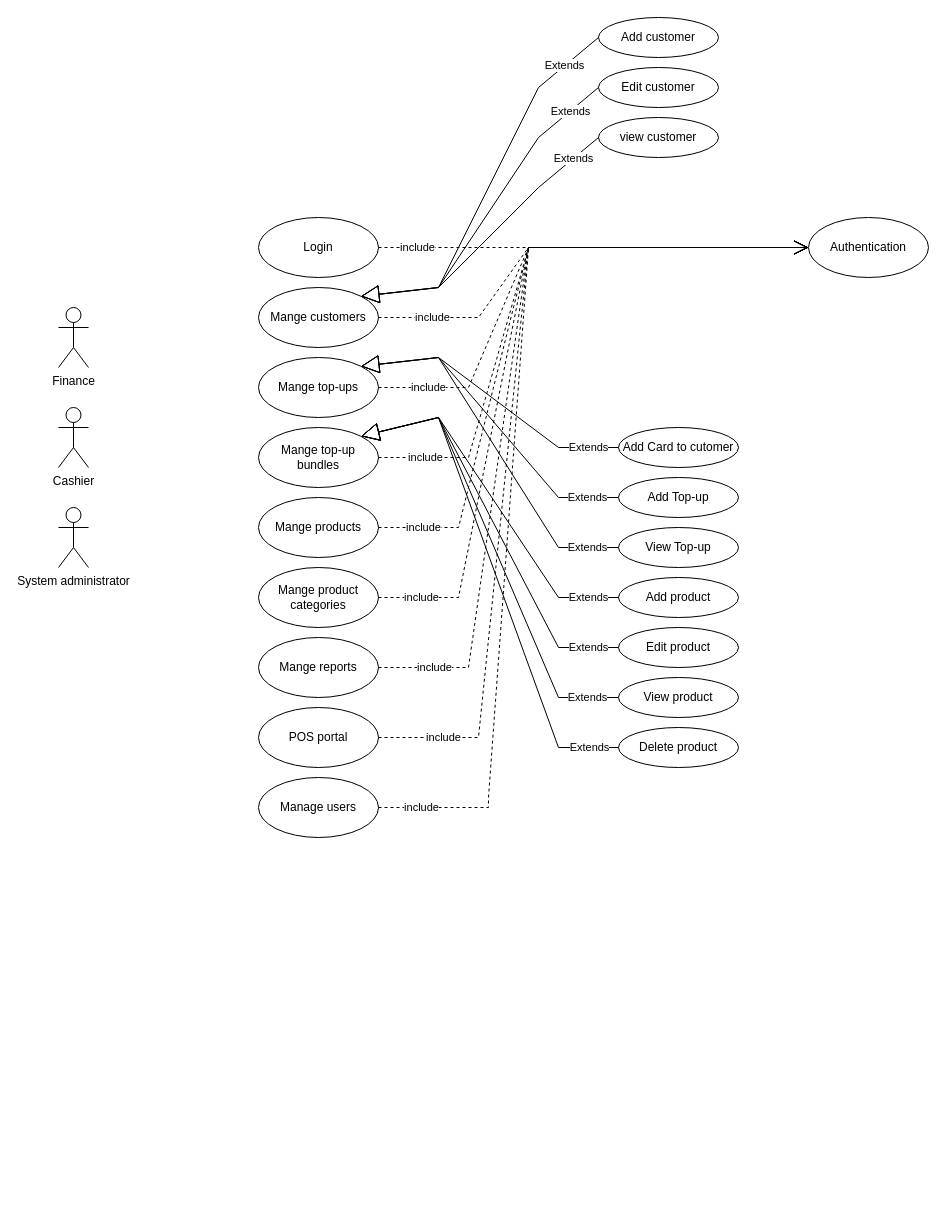
This is use case diagram.drawio from VuthyPanha/Public-test, a draw.io file, before an edit. Source tidied: cells renumbered, new cells numbered last; positions are measured from the earlier drawing's top-left corner, leaving out a move shared by most shapes. Both pictures are drawn from the tidied source at 100%, with x=0, y=0 at pixel (58, 17).
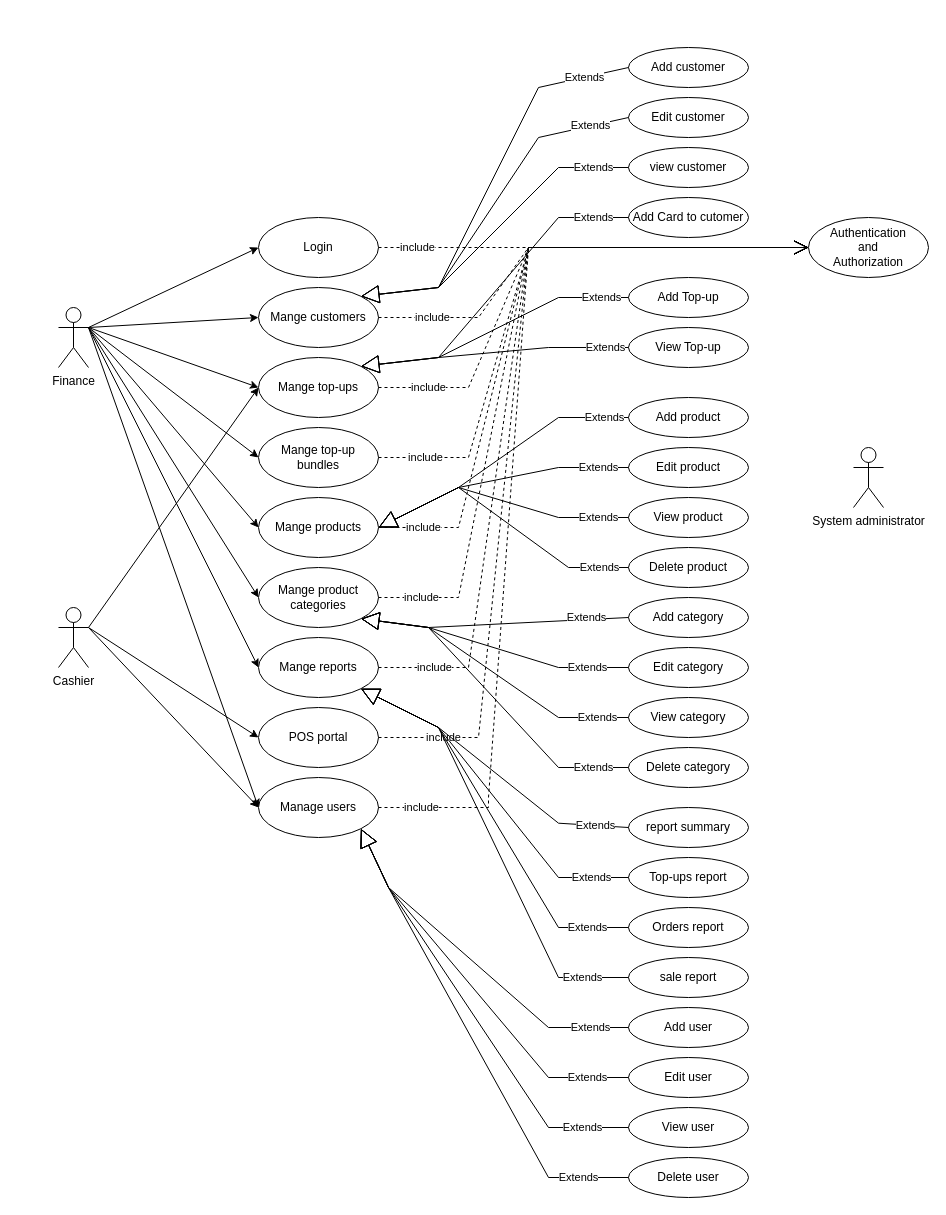
The same diagram, later.

The change refers to these unchanged cells:
```xml
<mxCell id="2" value="Finance" style="shape=umlActor;verticalLabelPosition=bottom;verticalAlign=top;html=1;outlineConnect=0;" parent="1" vertex="1">
  <mxGeometry y="290" width="30" height="60" as="geometry" />
</mxCell>
<mxCell id="5" value="Login" style="ellipse;whiteSpace=wrap;html=1;" parent="1" vertex="1">
  <mxGeometry x="200" y="200" width="120" height="60" as="geometry" />
</mxCell>
<mxCell id="6" value="Mange customers" style="ellipse;whiteSpace=wrap;html=1;" parent="1" vertex="1">
  <mxGeometry x="200" y="270" width="120" height="60" as="geometry" />
</mxCell>
<mxCell id="7" value="Mange top-ups" style="ellipse;whiteSpace=wrap;html=1;" parent="1" vertex="1">
  <mxGeometry x="200" y="340" width="120" height="60" as="geometry" />
</mxCell>
<mxCell id="8" value="Mange top-up bundles" style="ellipse;whiteSpace=wrap;html=1;" parent="1" vertex="1">
  <mxGeometry x="200" y="410" width="120" height="60" as="geometry" />
</mxCell>
<mxCell id="9" value="Mange products" style="ellipse;whiteSpace=wrap;html=1;" parent="1" vertex="1">
  <mxGeometry x="200" y="480" width="120" height="60" as="geometry" />
</mxCell>
<mxCell id="10" value="Mange product categories" style="ellipse;whiteSpace=wrap;html=1;" parent="1" vertex="1">
  <mxGeometry x="200" y="550" width="120" height="60" as="geometry" />
</mxCell>
<mxCell id="11" value="Mange reports" style="ellipse;whiteSpace=wrap;html=1;" parent="1" vertex="1">
  <mxGeometry x="200" y="620" width="120" height="60" as="geometry" />
</mxCell>
<mxCell id="12" value="POS portal" style="ellipse;whiteSpace=wrap;html=1;" parent="1" vertex="1">
  <mxGeometry x="200" y="690" width="120" height="60" as="geometry" />
</mxCell>
<mxCell id="13" value="Manage users" style="ellipse;whiteSpace=wrap;html=1;" parent="1" vertex="1">
  <mxGeometry x="200" y="760" width="120" height="60" as="geometry" />
</mxCell>
```

What changed in the source:
```diff
@@
     <mxCell id="3" value="Cashier" style="shape=umlActor;verticalLabelPosition=bottom;verticalAlign=top;html=1;outlineConnect=0;" parent="1" vertex="1">
-      <mxGeometry y="390" width="30" height="60" as="geometry" />
+      <mxGeometry y="590" width="30" height="60" as="geometry" />
     </mxCell>
     <mxCell id="4" value="System administrator" style="shape=umlActor;verticalLabelPosition=bottom;verticalAlign=top;html=1;" parent="1" vertex="1">
-      <mxGeometry y="490" width="30" height="60" as="geometry" />
+      <mxGeometry x="795" y="430" width="30" height="60" as="geometry" />
     </mxCell>
@@
-    <mxCell id="14" value="Authentication" style="ellipse;whiteSpace=wrap;html=1;" parent="1" vertex="1">
+    <mxCell id="14" value="Authentication&lt;br&gt;and&lt;br&gt;Authorization" style="ellipse;whiteSpace=wrap;html=1;" parent="1" vertex="1">
       <mxGeometry x="750" y="200" width="120" height="60" as="geometry" />
     </mxCell>
     <mxCell id="15" value="Add customer" style="ellipse;whiteSpace=wrap;html=1;" parent="1" vertex="1">
-      <mxGeometry x="540" width="120" height="40" as="geometry" />
+      <mxGeometry x="570" y="30" width="120" height="40" as="geometry" />
     </mxCell>
@@
     <mxCell id="25" value="Edit customer" style="ellipse;whiteSpace=wrap;html=1;" parent="1" vertex="1">
-      <mxGeometry x="540" y="50" width="120" height="40" as="geometry" />
+      <mxGeometry x="570" y="80" width="120" height="40" as="geometry" />
     </mxCell>
     <mxCell id="26" value="view customer" style="ellipse;whiteSpace=wrap;html=1;" parent="1" vertex="1">
-      <mxGeometry x="540" y="100" width="120" height="40" as="geometry" />
+      <mxGeometry x="570" y="130" width="120" height="40" as="geometry" />
     </mxCell>
     <mxCell id="27" value="Add Top-up" style="ellipse;whiteSpace=wrap;html=1;" parent="1" vertex="1">
-      <mxGeometry x="560" y="460" width="120" height="40" as="geometry" />
+      <mxGeometry x="570" y="260" width="120" height="40" as="geometry" />
     </mxCell>
     <mxCell id="28" value="Add Card to cutomer" style="ellipse;whiteSpace=wrap;html=1;" parent="1" vertex="1">
-      <mxGeometry x="560" y="410" width="120" height="40" as="geometry" />
+      <mxGeometry x="570" y="180" width="120" height="40" as="geometry" />
     </mxCell>
     <mxCell id="29" value="View Top-up" style="ellipse;whiteSpace=wrap;html=1;" parent="1" vertex="1">
-      <mxGeometry x="560" y="510" width="120" height="40" as="geometry" />
+      <mxGeometry x="570" y="310" width="120" height="40" as="geometry" />
     </mxCell>
@@
     <mxCell id="32" value="Extends" style="endArrow=block;endSize=16;endFill=0;html=1;rounded=0;exitX=0;exitY=0.5;exitDx=0;exitDy=0;entryX=1;entryY=0;entryDx=0;entryDy=0;" parent="1" edge="1" source="26" target="6">
       <mxGeometry x="-0.78" relative="1" as="geometry">
         <Array as="points">
-          <mxPoint x="480" y="170" />
+          <mxPoint x="500" y="150" />
           <mxPoint x="380" y="270" />
         </Array>
       </mxGeometry>
     </mxCell>
     <mxCell id="33" value="Extends" style="endArrow=block;endSize=16;endFill=0;html=1;rounded=0;exitX=0;exitY=0.5;exitDx=0;exitDy=0;entryX=1;entryY=0;entryDx=0;entryDy=0;" parent="1" edge="1" source="28" target="7">
       <mxGeometry x="-0.79" relative="1" as="geometry">
         <Array as="points">
-          <mxPoint x="500" y="430" />
+          <mxPoint x="500" y="200" />
           <mxPoint x="380" y="340" />
         </Array>
       </mxGeometry>
     </mxCell>
     <mxCell id="34" value="Extends" style="endArrow=block;endSize=16;endFill=0;html=1;rounded=0;exitX=0;exitY=0.5;exitDx=0;exitDy=0;entryX=1;entryY=0;entryDx=0;entryDy=0;" parent="1" edge="1" source="27" target="7">
       <mxGeometry x="-0.81" relative="1" as="geometry">
         <Array as="points">
-          <mxPoint x="500" y="480" />
+          <mxPoint x="500" y="280" />
           <mxPoint x="380" y="340" />
         </Array>
       </mxGeometry>
     </mxCell>
     <mxCell id="35" value="Extends" style="endArrow=block;endSize=16;endFill=0;html=1;rounded=0;exitX=0;exitY=0.5;exitDx=0;exitDy=0;entryX=1;entryY=0;entryDx=0;entryDy=0;" parent="1" edge="1" source="29" target="7">
       <mxGeometry x="-0.83" relative="1" as="geometry">
         <Array as="points">
-          <mxPoint x="500" y="530" />
+          <mxPoint x="490" y="330" />
           <mxPoint x="380" y="340" />
         </Array>
       </mxGeometry>
     </mxCell>
     <mxCell id="36" value="Add product" style="ellipse;whiteSpace=wrap;html=1;" parent="1" vertex="1">
-      <mxGeometry x="560" y="560" width="120" height="40" as="geometry" />
+      <mxGeometry x="570" y="380" width="120" height="40" as="geometry" />
     </mxCell>
     <mxCell id="37" value="Edit product" style="ellipse;whiteSpace=wrap;html=1;" parent="1" vertex="1">
-      <mxGeometry x="560" y="610" width="120" height="40" as="geometry" />
+      <mxGeometry x="570" y="430" width="120" height="40" as="geometry" />
     </mxCell>
     <mxCell id="38" value="Delete product" style="ellipse;whiteSpace=wrap;html=1;" parent="1" vertex="1">
-      <mxGeometry x="560" y="710" width="120" height="40" as="geometry" />
+      <mxGeometry x="570" y="530" width="120" height="40" as="geometry" />
     </mxCell>
     <mxCell id="39" value="View product" style="ellipse;whiteSpace=wrap;html=1;" parent="1" vertex="1">
-      <mxGeometry x="560" y="660" width="120" height="40" as="geometry" />
+      <mxGeometry x="570" y="480" width="120" height="40" as="geometry" />
     </mxCell>
-    <mxCell id="40" value="Extends" style="endArrow=block;endSize=16;endFill=0;html=1;rounded=0;entryX=1;entryY=0;entryDx=0;entryDy=0;exitX=0;exitY=0.5;exitDx=0;exitDy=0;" parent="1" edge="1" source="36" target="8">
+    <mxCell id="40" value="Extends" style="endArrow=block;endSize=16;endFill=0;html=1;rounded=0;entryX=1;entryY=0.5;entryDx=0;entryDy=0;exitX=0;exitY=0.5;exitDx=0;exitDy=0;" parent="1" edge="1" source="36" target="9">
       <mxGeometry x="-0.83" relative="1" as="geometry">
         <Array as="points">
-          <mxPoint x="500" y="580" />
-          <mxPoint x="380" y="400" />
+          <mxPoint x="500" y="400" />
+          <mxPoint x="400" y="470" />
         </Array>
       </mxGeometry>
     </mxCell>
-    <mxCell id="41" value="Extends" style="endArrow=block;endSize=16;endFill=0;html=1;rounded=0;entryX=1;entryY=0;entryDx=0;entryDy=0;exitX=0;exitY=0.5;exitDx=0;exitDy=0;" parent="1" edge="1" source="37" target="8">
-      <mxGeometry x="-0.85" relative="1" as="geometry">
+    <mxCell id="41" value="Extends" style="endArrow=block;endSize=16;endFill=0;html=1;rounded=0;exitX=0;exitY=0.5;exitDx=0;exitDy=0;" parent="1" edge="1" source="37">
+      <mxGeometry x="-0.77" relative="1" as="geometry">
+        <mxPoint x="320" y="510" as="targetPoint" />
         <Array as="points">
-          <mxPoint x="500" y="630" />
-          <mxPoint x="380" y="400" />
+          <mxPoint x="500" y="450" />
+          <mxPoint x="400" y="470" />
         </Array>
       </mxGeometry>
     </mxCell>
-    <mxCell id="42" value="Extends" style="endArrow=block;endSize=16;endFill=0;html=1;rounded=0;entryX=1;entryY=0;entryDx=0;entryDy=0;exitX=0;exitY=0.5;exitDx=0;exitDy=0;" parent="1" edge="1" source="39" target="8">
-      <mxGeometry x="-0.86" relative="1" as="geometry">
+    <mxCell id="42" value="Extends" style="endArrow=block;endSize=16;endFill=0;html=1;rounded=0;exitX=0;exitY=0.5;exitDx=0;exitDy=0;" parent="1" edge="1" source="39">
+      <mxGeometry x="-0.77" relative="1" as="geometry">
+        <mxPoint x="320" y="510" as="targetPoint" />
         <Array as="points">
-          <mxPoint x="500" y="680" />
-          <mxPoint x="380" y="400" />
+          <mxPoint x="500" y="500" />
+          <mxPoint x="400" y="470" />
         </Array>
       </mxGeometry>
     </mxCell>
-    <mxCell id="43" value="Extends" style="endArrow=block;endSize=16;endFill=0;html=1;rounded=0;exitX=0;exitY=0.5;exitDx=0;exitDy=0;entryX=1;entryY=0;entryDx=0;entryDy=0;" parent="1" edge="1" source="38" target="8">
-      <mxGeometry x="-0.88" relative="1" as="geometry">
+    <mxCell id="43" value="Extends" style="endArrow=block;endSize=16;endFill=0;html=1;rounded=0;exitX=0;exitY=0.5;exitDx=0;exitDy=0;" parent="1" edge="1" source="38">
+      <mxGeometry x="-0.8" relative="1" as="geometry">
+        <mxPoint x="320" y="510" as="targetPoint" />
         <Array as="points">
-          <mxPoint x="500" y="730" />
-          <mxPoint x="380" y="400" />
+          <mxPoint x="510" y="550" />
+          <mxPoint x="400" y="470" />
         </Array>
       </mxGeometry>
     </mxCell>
+    <mxCell id="44" value="Add category" style="ellipse;whiteSpace=wrap;html=1;" parent="1" vertex="1">
+      <mxGeometry x="570" y="580" width="120" height="40" as="geometry" />
+    </mxCell>
+    <mxCell id="45" value="Edit category" style="ellipse;whiteSpace=wrap;html=1;" parent="1" vertex="1">
+      <mxGeometry x="570" y="630" width="120" height="40" as="geometry" />
+    </mxCell>
+    <mxCell id="46" value="Delete category" style="ellipse;whiteSpace=wrap;html=1;" parent="1" vertex="1">
+      <mxGeometry x="570" y="730" width="120" height="40" as="geometry" />
+    </mxCell>
+    <mxCell id="47" value="View category" style="ellipse;whiteSpace=wrap;html=1;" parent="1" vertex="1">
+      <mxGeometry x="570" y="680" width="120" height="40" as="geometry" />
+    </mxCell>
+    <mxCell id="48" value="Extends" style="endArrow=block;endSize=16;endFill=0;html=1;rounded=0;exitX=0;exitY=0.5;exitDx=0;exitDy=0;entryX=1;entryY=1;entryDx=0;entryDy=0;" parent="1" edge="1" source="44" target="10">
+      <mxGeometry x="-0.69" y="-2" relative="1" as="geometry">
+        <Array as="points">
+          <mxPoint x="370" y="610" />
+        </Array>
+      </mxGeometry>
+    </mxCell>
+    <mxCell id="49" value="Extends" style="endArrow=block;endSize=16;endFill=0;html=1;rounded=0;exitX=0;exitY=0.5;exitDx=0;exitDy=0;entryX=1;entryY=1;entryDx=0;entryDy=0;" parent="1" edge="1" source="45" target="10">
+      <mxGeometry x="-0.7" relative="1" as="geometry">
+        <Array as="points">
+          <mxPoint x="500" y="650" />
+          <mxPoint x="370" y="610" />
+        </Array>
+      </mxGeometry>
+    </mxCell>
+    <mxCell id="50" value="Extends" style="endArrow=block;endSize=16;endFill=0;html=1;rounded=0;entryX=1;entryY=1;entryDx=0;entryDy=0;exitX=0;exitY=0.5;exitDx=0;exitDy=0;" parent="1" edge="1" source="47" target="10">
+      <mxGeometry x="-0.79" relative="1" as="geometry">
+        <Array as="points">
+          <mxPoint x="500" y="700" />
+          <mxPoint x="370" y="610" />
+        </Array>
+      </mxGeometry>
+    </mxCell>
+    <mxCell id="51" value="Extends" style="endArrow=block;endSize=16;endFill=0;html=1;rounded=0;exitX=0;exitY=0.5;exitDx=0;exitDy=0;entryX=1;entryY=1;entryDx=0;entryDy=0;" parent="1" edge="1" source="46" target="10">
+      <mxGeometry x="-0.79" relative="1" as="geometry">
+        <Array as="points">
+          <mxPoint x="500" y="750" />
+          <mxPoint x="370" y="610" />
+        </Array>
+      </mxGeometry>
+    </mxCell>
+    <mxCell id="52" value="report summary" style="ellipse;whiteSpace=wrap;html=1;" parent="1" vertex="1">
+      <mxGeometry x="570" y="790" width="120" height="40" as="geometry" />
+    </mxCell>
+    <mxCell id="53" value="Top-ups report" style="ellipse;whiteSpace=wrap;html=1;" parent="1" vertex="1">
+      <mxGeometry x="570" y="840" width="120" height="40" as="geometry" />
+    </mxCell>
+    <mxCell id="54" value="sale report" style="ellipse;whiteSpace=wrap;html=1;" parent="1" vertex="1">
+      <mxGeometry x="570" y="940" width="120" height="40" as="geometry" />
+    </mxCell>
+    <mxCell id="55" value="Orders report" style="ellipse;whiteSpace=wrap;html=1;" parent="1" vertex="1">
+      <mxGeometry x="570" y="890" width="120" height="40" as="geometry" />
+    </mxCell>
+    <mxCell id="56" value="Extends" style="endArrow=block;endSize=16;endFill=0;html=1;rounded=0;exitX=0;exitY=0.5;exitDx=0;exitDy=0;" parent="1" edge="1" source="52" target="11">
+      <mxGeometry x="-0.79" relative="1" as="geometry">
+        <Array as="points">
+          <mxPoint x="500" y="805.7" />
+          <mxPoint x="380" y="710" />
+        </Array>
+      </mxGeometry>
+    </mxCell>
+    <mxCell id="57" value="Extends" style="endArrow=block;endSize=16;endFill=0;html=1;rounded=0;exitX=0;exitY=0.5;exitDx=0;exitDy=0;entryX=1;entryY=1;entryDx=0;entryDy=0;" parent="1" edge="1" source="53" target="11">
+      <mxGeometry x="-0.79" relative="1" as="geometry">
+        <Array as="points">
+          <mxPoint x="500" y="860" />
+          <mxPoint x="380" y="710" />
+        </Array>
+      </mxGeometry>
+    </mxCell>
+    <mxCell id="58" value="Extends" style="endArrow=block;endSize=16;endFill=0;html=1;rounded=0;exitX=0;exitY=0.5;exitDx=0;exitDy=0;entryX=1;entryY=1;entryDx=0;entryDy=0;" parent="1" edge="1" source="55" target="11">
+      <mxGeometry x="-0.79" relative="1" as="geometry">
+        <Array as="points">
+          <mxPoint x="500" y="910" />
+          <mxPoint x="380" y="710" />
+        </Array>
+      </mxGeometry>
+    </mxCell>
+    <mxCell id="59" value="Extends" style="endArrow=block;endSize=16;endFill=0;html=1;rounded=0;exitX=0;exitY=0.5;exitDx=0;exitDy=0;entryX=1;entryY=1;entryDx=0;entryDy=0;" parent="1" edge="1" source="54" target="11">
+      <mxGeometry x="-0.79" relative="1" as="geometry">
+        <Array as="points">
+          <mxPoint x="500" y="960" />
+          <mxPoint x="380" y="710" />
+        </Array>
+      </mxGeometry>
+    </mxCell>
+    <mxCell id="60" value="Add user" style="ellipse;whiteSpace=wrap;html=1;" parent="1" vertex="1">
+      <mxGeometry x="570" y="990" width="120" height="40" as="geometry" />
+    </mxCell>
+    <mxCell id="61" value="Edit user" style="ellipse;whiteSpace=wrap;html=1;" parent="1" vertex="1">
+      <mxGeometry x="570" y="1040" width="120" height="40" as="geometry" />
+    </mxCell>
+    <mxCell id="62" value="View user" style="ellipse;whiteSpace=wrap;html=1;" parent="1" vertex="1">
+      <mxGeometry x="570" y="1090" width="120" height="40" as="geometry" />
+    </mxCell>
+    <mxCell id="63" value="Delete user" style="ellipse;whiteSpace=wrap;html=1;" parent="1" vertex="1">
+      <mxGeometry x="570" y="1140" width="120" height="40" as="geometry" />
+    </mxCell>
+    <mxCell id="64" value="Extends" style="endArrow=block;endSize=16;endFill=0;html=1;rounded=0;exitX=0;exitY=0.5;exitDx=0;exitDy=0;entryX=1;entryY=1;entryDx=0;entryDy=0;" parent="1" edge="1" source="60" target="13">
+      <mxGeometry x="-0.79" relative="1" as="geometry">
+        <Array as="points">
+          <mxPoint x="490" y="1010" />
+          <mxPoint x="330" y="870" />
+        </Array>
+      </mxGeometry>
+    </mxCell>
+    <mxCell id="65" value="Extends" style="endArrow=block;endSize=16;endFill=0;html=1;rounded=0;exitX=0;exitY=0.5;exitDx=0;exitDy=0;entryX=1;entryY=1;entryDx=0;entryDy=0;" parent="1" edge="1" source="61" target="13">
+      <mxGeometry x="-0.79" relative="1" as="geometry">
+        <Array as="points">
+          <mxPoint x="490" y="1060" />
+          <mxPoint x="330" y="870" />
+        </Array>
+      </mxGeometry>
+    </mxCell>
+    <mxCell id="66" value="Extends" style="endArrow=block;endSize=16;endFill=0;html=1;rounded=0;exitX=0;exitY=0.5;exitDx=0;exitDy=0;entryX=1;entryY=1;entryDx=0;entryDy=0;" parent="1" edge="1" source="62" target="13">
+      <mxGeometry x="-0.79" relative="1" as="geometry">
+        <Array as="points">
+          <mxPoint x="490" y="1110" />
+          <mxPoint x="330" y="870" />
+        </Array>
+      </mxGeometry>
+    </mxCell>
+    <mxCell id="67" value="Extends" style="endArrow=block;endSize=16;endFill=0;html=1;rounded=0;exitX=0;exitY=0.5;exitDx=0;exitDy=0;entryX=1;entryY=1;entryDx=0;entryDy=0;" parent="1" edge="1" source="63" target="13">
+      <mxGeometry x="-0.79" relative="1" as="geometry">
+        <Array as="points">
+          <mxPoint x="490" y="1160" />
+          <mxPoint x="330" y="870" />
+        </Array>
+      </mxGeometry>
+    </mxCell>
+    <mxCell id="68" style="endArrow=classic;html=1;rounded=0;entryX=0;entryY=0.5;entryDx=0;entryDy=0;exitX=1;exitY=0.3333333333333333;exitDx=0;exitDy=0;exitPerimeter=0;" parent="1" edge="1" source="2" target="5">
+      <mxGeometry relative="1" as="geometry" />
+    </mxCell>
+    <mxCell id="69" style="endArrow=classic;html=1;rounded=0;entryX=0;entryY=0.5;entryDx=0;entryDy=0;exitX=1;exitY=0.3333333333333333;exitDx=0;exitDy=0;exitPerimeter=0;" parent="1" edge="1" source="2" target="6">
+      <mxGeometry relative="1" as="geometry" />
+    </mxCell>
+    <mxCell id="70" style="endArrow=classic;html=1;rounded=0;exitX=1;exitY=0.3333333333333333;exitDx=0;exitDy=0;exitPerimeter=0;entryX=0;entryY=0.5;entryDx=0;entryDy=0;" parent="1" edge="1" source="2" target="7">
+      <mxGeometry relative="1" as="geometry" />
+    </mxCell>
+    <mxCell id="71" style="endArrow=classic;html=1;rounded=0;entryX=0;entryY=0.5;entryDx=0;entryDy=0;" parent="1" edge="1" target="8">
+      <mxGeometry relative="1" as="geometry">
+        <mxPoint x="30" y="310" as="sourcePoint" />
+      </mxGeometry>
+    </mxCell>
+    <mxCell id="72" style="endArrow=classic;html=1;rounded=0;entryX=0;entryY=0.5;entryDx=0;entryDy=0;" parent="1" edge="1" target="9">
+      <mxGeometry relative="1" as="geometry">
+        <mxPoint x="30" y="310" as="sourcePoint" />
+      </mxGeometry>
+    </mxCell>
+    <mxCell id="73" style="endArrow=classic;html=1;rounded=0;entryX=0;entryY=0.5;entryDx=0;entryDy=0;" parent="1" edge="1" target="10">
+      <mxGeometry relative="1" as="geometry">
+        <mxPoint x="30" y="310" as="sourcePoint" />
+      </mxGeometry>
+    </mxCell>
+    <mxCell id="74" style="endArrow=classic;html=1;rounded=0;entryX=0;entryY=0.5;entryDx=0;entryDy=0;" parent="1" edge="1" target="11">
+      <mxGeometry relative="1" as="geometry">
+        <mxPoint x="30" y="310" as="sourcePoint" />
+      </mxGeometry>
+    </mxCell>
+    <mxCell id="75" style="endArrow=classic;html=1;rounded=0;entryX=0;entryY=0.5;entryDx=0;entryDy=0;" parent="1" edge="1" target="13">
+      <mxGeometry relative="1" as="geometry">
+        <mxPoint x="30" y="310" as="sourcePoint" />
+      </mxGeometry>
+    </mxCell>
+    <mxCell id="76" style="endArrow=classic;html=1;rounded=0;entryX=0;entryY=0.5;entryDx=0;entryDy=0;exitX=1;exitY=0.3333333333333333;exitDx=0;exitDy=0;exitPerimeter=0;" parent="1" edge="1" source="3" target="12">
+      <mxGeometry relative="1" as="geometry" />
+    </mxCell>
+    <mxCell id="77" style="endArrow=classic;html=1;rounded=0;entryX=0;entryY=0.5;entryDx=0;entryDy=0;exitX=1;exitY=0.3333333333333333;exitDx=0;exitDy=0;exitPerimeter=0;" parent="1" edge="1" source="3" target="7">
+      <mxGeometry relative="1" as="geometry" />
+    </mxCell>
+    <mxCell id="78" style="endArrow=classic;html=1;rounded=0;exitX=1;exitY=0.3333333333333333;exitDx=0;exitDy=0;exitPerimeter=0;" parent="1" edge="1" source="3">
+      <mxGeometry relative="1" as="geometry">
+        <mxPoint x="200" y="790" as="targetPoint" />
+      </mxGeometry>
+    </mxCell>
```
